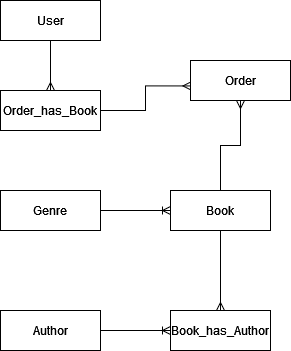
Earlier version of the draw.io export img/bookstoreER.png (KeaCluster/bookstoreAPI-spring-guide). Source tidied: cells renumbered, new cells last; positions are measured from the earlier drawing's top-left corner, leaving out a move shared by most shapes.
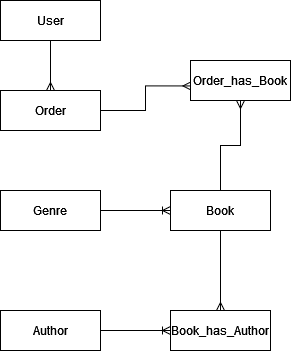
Above is the later version.

Change to the diagram source:
```diff
@@ -2,7 +2,7 @@
   <root>
     <mxCell id="0" />
     <mxCell id="1" parent="0" />
-    <mxCell id="2" value="Order" style="whiteSpace=wrap;html=1;align=center;" parent="1" vertex="1">
+    <mxCell id="2" value="Order_has_Book" style="whiteSpace=wrap;html=1;align=center;" parent="1" vertex="1">
       <mxGeometry x="190" y="60" width="100" height="40" as="geometry" />
     </mxCell>
     <mxCell id="3" value="Book_has_Author" style="whiteSpace=wrap;html=1;align=center;" parent="1" vertex="1">
@@ -11,7 +11,7 @@
     <mxCell id="4" value="User" style="whiteSpace=wrap;html=1;align=center;" parent="1" vertex="1">
       <mxGeometry width="100" height="40" as="geometry" />
     </mxCell>
-    <mxCell id="5" value="Order_has_Book" style="whiteSpace=wrap;html=1;align=center;" parent="1" vertex="1">
+    <mxCell id="5" value="Order" style="whiteSpace=wrap;html=1;align=center;" parent="1" vertex="1">
       <mxGeometry y="90" width="100" height="40" as="geometry" />
     </mxCell>
     <mxCell id="6" value="Genre" style="whiteSpace=wrap;html=1;align=center;" parent="1" vertex="1">
```
